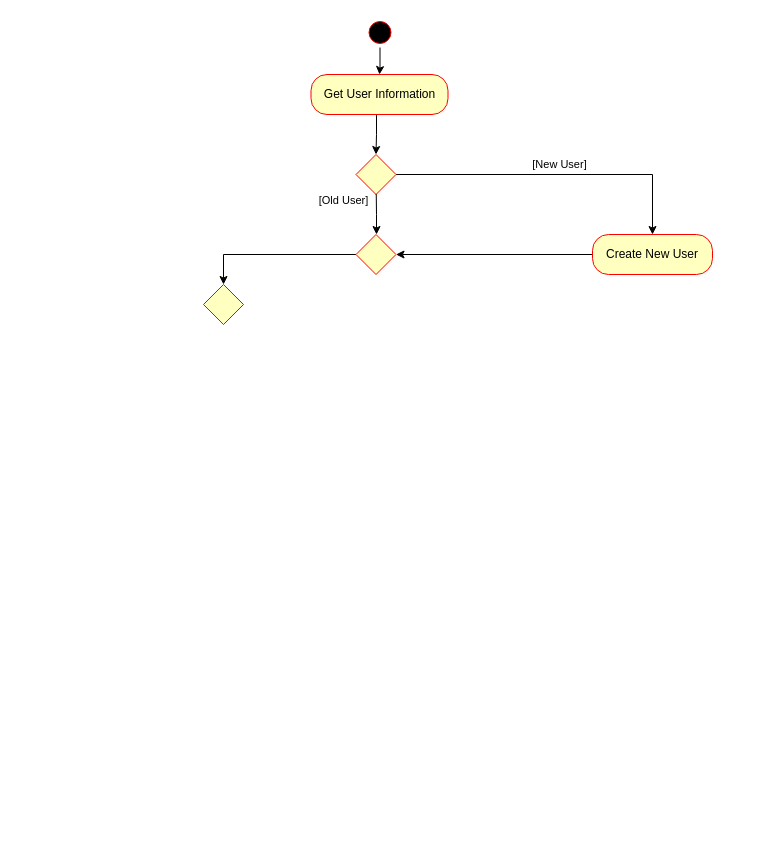
The draw.io diagram General Analyze and Design/DashBoard Activity Diagram.drawio in amirabbas8/ScrumOfficer, before the edit. Source tidied: cells renumbered, new cells numbered last; positions are measured from the earlier drawing's top-left corner, leaving out a move shared by most shapes. Both pictures are drawn from the tidied source at 100%, with x=0, y=0 at pixel (203, 17).
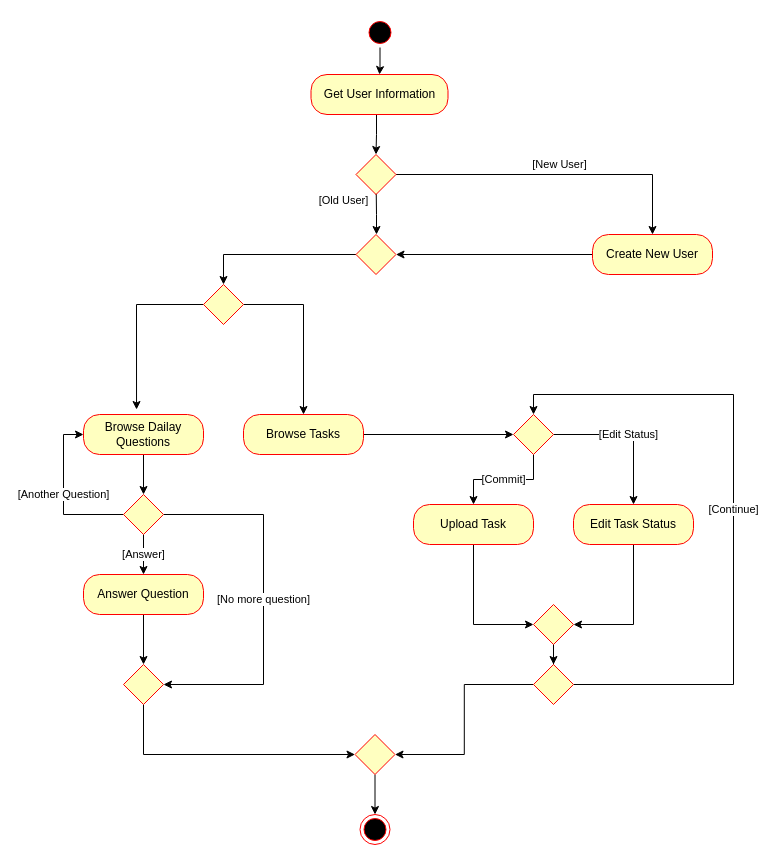
The same diagram, later.

The change refers to these unchanged cells:
```xml
<mxCell id="13" style="shape=rhombus;html=1;verticalLabelPosition=top;verticalAlignment=bottom;fillColor=#FFFFC0;strokeColor=#FF0000;" parent="1" vertex="1">
  <mxGeometry y="267" width="40" height="40" as="geometry" />
</mxCell>
```

Change to the diagram source:
```diff
@@
+    <mxCell id="14" style="edgeStyle=orthogonalEdgeStyle;rounded=0;jettySize=auto;html=1;entryX=0.442;entryY=-0.125;entryDx=0;entryDy=0;entryPerimeter=0;" parent="1" edge="1" source="13" target="17">
+      <mxGeometry relative="1" as="geometry">
+        <Array as="points">
+          <mxPoint x="-67" y="287" />
+        </Array>
+      </mxGeometry>
+    </mxCell>
+    <mxCell id="15" style="edgeStyle=orthogonalEdgeStyle;rounded=0;jettySize=auto;html=1;entryX=0.5;entryY=0;entryDx=0;entryDy=0;" parent="1" edge="1" source="13" target="19">
+      <mxGeometry relative="1" as="geometry">
+        <Array as="points">
+          <mxPoint x="100" y="287" />
+        </Array>
+      </mxGeometry>
+    </mxCell>
@@
+    <mxCell id="16" style="edgeStyle=orthogonalEdgeStyle;rounded=0;jettySize=auto;html=1;entryX=0.5;entryY=0;entryDx=0;entryDy=0;" parent="1" edge="1" source="17" target="25">
+      <mxGeometry relative="1" as="geometry" />
+    </mxCell>
+    <mxCell id="17" value="Browse Dailay Questions" style="rounded=1;whiteSpace=wrap;html=1;arcSize=40;fontColor=#000000;fillColor=#ffffc0;strokeColor=#ff0000;labelBackgroundColor=none;" parent="1" vertex="1">
+      <mxGeometry x="-120" y="397" width="120" height="40" as="geometry" />
+    </mxCell>
+    <mxCell id="18" style="edgeStyle=orthogonalEdgeStyle;rounded=0;jettySize=auto;html=1;entryX=0;entryY=0.5;entryDx=0;entryDy=0;" parent="1" edge="1" source="19" target="30">
+      <mxGeometry relative="1" as="geometry" />
+    </mxCell>
+    <mxCell id="19" value="Browse Tasks" style="rounded=1;whiteSpace=wrap;html=1;arcSize=40;fontColor=#000000;fillColor=#ffffc0;strokeColor=#ff0000;labelBackgroundColor=none;" parent="1" vertex="1">
+      <mxGeometry x="40" y="397" width="120" height="40" as="geometry" />
+    </mxCell>
+    <mxCell id="20" style="edgeStyle=orthogonalEdgeStyle;rounded=0;jettySize=auto;html=1;" parent="1" edge="1" source="21" target="27">
+      <mxGeometry relative="1" as="geometry" />
+    </mxCell>
+    <mxCell id="21" value="Answer Question" style="rounded=1;whiteSpace=wrap;html=1;arcSize=40;fontColor=#000000;fillColor=#ffffc0;strokeColor=#ff0000;labelBackgroundColor=none;" parent="1" vertex="1">
+      <mxGeometry x="-120" y="557" width="120" height="40" as="geometry" />
+    </mxCell>
+    <mxCell id="22" value="[Answer]" style="edgeStyle=orthogonalEdgeStyle;rounded=0;jettySize=auto;html=1;entryX=0.5;entryY=0;entryDx=0;entryDy=0;" parent="1" edge="1" source="25" target="21">
+      <mxGeometry relative="1" as="geometry" />
+    </mxCell>
+    <mxCell id="23" value="[Another Question]" style="edgeStyle=orthogonalEdgeStyle;rounded=0;jettySize=auto;html=1;entryX=0;entryY=0.5;entryDx=0;entryDy=0;" parent="1" edge="1" source="25" target="17">
+      <mxGeometry relative="1" as="geometry">
+        <Array as="points">
+          <mxPoint x="-140" y="497" />
+          <mxPoint x="-140" y="417" />
+        </Array>
+      </mxGeometry>
+    </mxCell>
+    <mxCell id="24" value="[No more question]" style="edgeStyle=orthogonalEdgeStyle;rounded=0;jettySize=auto;html=1;entryX=1;entryY=0.5;entryDx=0;entryDy=0;" parent="1" edge="1" source="25" target="27">
+      <mxGeometry relative="1" as="geometry">
+        <Array as="points">
+          <mxPoint x="60" y="497" />
+          <mxPoint x="60" y="667" />
+        </Array>
+      </mxGeometry>
+    </mxCell>
+    <mxCell id="25" style="shape=rhombus;html=1;verticalLabelPosition=top;verticalAlignment=bottom;fillColor=#FFFFC0;strokeColor=#FF0000;" parent="1" vertex="1">
+      <mxGeometry x="-80" y="477" width="40" height="40" as="geometry" />
+    </mxCell>
+    <mxCell id="26" style="edgeStyle=orthogonalEdgeStyle;rounded=0;jettySize=auto;html=1;entryX=0;entryY=0.5;entryDx=0;entryDy=0;" parent="1" edge="1" source="27" target="38">
+      <mxGeometry relative="1" as="geometry">
+        <Array as="points">
+          <mxPoint x="-60" y="737" />
+        </Array>
+      </mxGeometry>
+    </mxCell>
+    <mxCell id="27" style="shape=rhombus;html=1;verticalLabelPosition=top;verticalAlignment=bottom;fillColor=#FFFFC0;strokeColor=#FF0000;" parent="1" vertex="1">
+      <mxGeometry x="-80" y="647" width="40" height="40" as="geometry" />
+    </mxCell>
+    <mxCell id="28" value="[Edit Status]" style="edgeStyle=orthogonalEdgeStyle;rounded=0;jettySize=auto;html=1;entryX=0.5;entryY=0;entryDx=0;entryDy=0;" parent="1" edge="1" source="30" target="34">
+      <mxGeometry relative="1" as="geometry" />
+    </mxCell>
+    <mxCell id="29" value="[Commit]" style="edgeStyle=orthogonalEdgeStyle;rounded=0;jettySize=auto;html=1;" parent="1" edge="1" source="30" target="32">
+      <mxGeometry relative="1" as="geometry" />
+    </mxCell>
+    <mxCell id="30" style="shape=rhombus;html=1;verticalLabelPosition=top;verticalAlignment=bottom;fillColor=#FFFFC0;strokeColor=#FF0000;" parent="1" vertex="1">
+      <mxGeometry x="310" y="397" width="40" height="40" as="geometry" />
+    </mxCell>
+    <mxCell id="31" style="edgeStyle=orthogonalEdgeStyle;rounded=0;jettySize=auto;html=1;entryX=0;entryY=0.5;entryDx=0;entryDy=0;" parent="1" edge="1" source="32" target="36">
+      <mxGeometry relative="1" as="geometry" />
+    </mxCell>
+    <mxCell id="32" value="Upload Task" style="rounded=1;whiteSpace=wrap;html=1;arcSize=40;fontColor=#000000;fillColor=#ffffc0;strokeColor=#ff0000;labelBackgroundColor=none;" parent="1" vertex="1">
+      <mxGeometry x="210" y="487" width="120" height="40" as="geometry" />
+    </mxCell>
+    <mxCell id="33" style="edgeStyle=orthogonalEdgeStyle;rounded=0;jettySize=auto;html=1;entryX=1;entryY=0.5;entryDx=0;entryDy=0;" parent="1" edge="1" source="34" target="36">
+      <mxGeometry relative="1" as="geometry">
+        <Array as="points">
+          <mxPoint x="430" y="607" />
+        </Array>
+      </mxGeometry>
+    </mxCell>
+    <mxCell id="34" value="Edit Task Status" style="rounded=1;whiteSpace=wrap;html=1;arcSize=40;fontColor=#000000;fillColor=#ffffc0;strokeColor=#ff0000;labelBackgroundColor=none;" parent="1" vertex="1">
+      <mxGeometry x="370" y="487" width="120" height="40" as="geometry" />
+    </mxCell>
+    <mxCell id="35" style="edgeStyle=orthogonalEdgeStyle;rounded=0;jettySize=auto;html=1;entryX=0.5;entryY=0;entryDx=0;entryDy=0;" parent="1" edge="1" source="36" target="42">
+      <mxGeometry relative="1" as="geometry" />
+    </mxCell>
+    <mxCell id="36" style="shape=rhombus;html=1;verticalLabelPosition=top;verticalAlignment=bottom;fillColor=#FFFFC0;strokeColor=#FF0000;" parent="1" vertex="1">
+      <mxGeometry x="330" y="587" width="40" height="40" as="geometry" />
+    </mxCell>
+    <mxCell id="37" style="edgeStyle=orthogonalEdgeStyle;rounded=0;jettySize=auto;html=1;entryX=0.5;entryY=0;entryDx=0;entryDy=0;" parent="1" edge="1" source="38" target="39">
+      <mxGeometry relative="1" as="geometry" />
+    </mxCell>
+    <mxCell id="38" style="shape=rhombus;html=1;verticalLabelPosition=top;verticalAlignment=bottom;fillColor=#FFFFC0;strokeColor=#FF0000;" parent="1" vertex="1">
+      <mxGeometry x="151.5" y="717" width="40" height="40" as="geometry" />
+    </mxCell>
+    <mxCell id="39" style="ellipse;html=1;shape=endState;fillColor=#000000;strokeColor=#ff0000;" parent="1" vertex="1">
+      <mxGeometry x="156.5" y="797" width="30" height="30" as="geometry" />
+    </mxCell>
+    <mxCell id="40" style="edgeStyle=orthogonalEdgeStyle;rounded=0;jettySize=auto;html=1;entryX=1;entryY=0.5;entryDx=0;entryDy=0;" parent="1" edge="1" source="42" target="38">
+      <mxGeometry relative="1" as="geometry" />
+    </mxCell>
+    <mxCell id="41" value="[Continue]" style="edgeStyle=orthogonalEdgeStyle;rounded=0;jettySize=auto;html=1;entryX=0.5;entryY=0;entryDx=0;entryDy=0;" parent="1" edge="1" source="42" target="30">
+      <mxGeometry relative="1" as="geometry">
+        <Array as="points">
+          <mxPoint x="530" y="667" />
+          <mxPoint x="530" y="377" />
+          <mxPoint x="330" y="377" />
+        </Array>
+      </mxGeometry>
+    </mxCell>
+    <mxCell id="42" style="shape=rhombus;html=1;verticalLabelPosition=top;verticalAlignment=bottom;fillColor=#FFFFC0;strokeColor=#FF0000;" parent="1" vertex="1">
+      <mxGeometry x="330" y="647" width="40" height="40" as="geometry" />
+    </mxCell>
```
